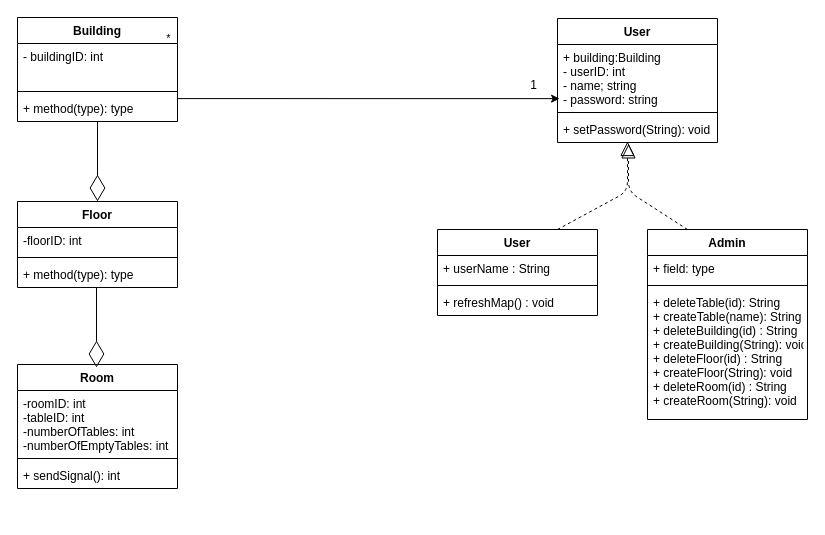
Above: Diagrams/MainClassDiagram.drawio in AhmedStark/space-bubble (draw.io), before the change. Source tidied: cells renumbered, new cells numbered last; positions are measured from the earlier drawing's top-left corner, leaving out a move shared by most shapes. Both pictures are drawn from the tidied source at 100%, with x=0, y=0 at pixel (17, 17).
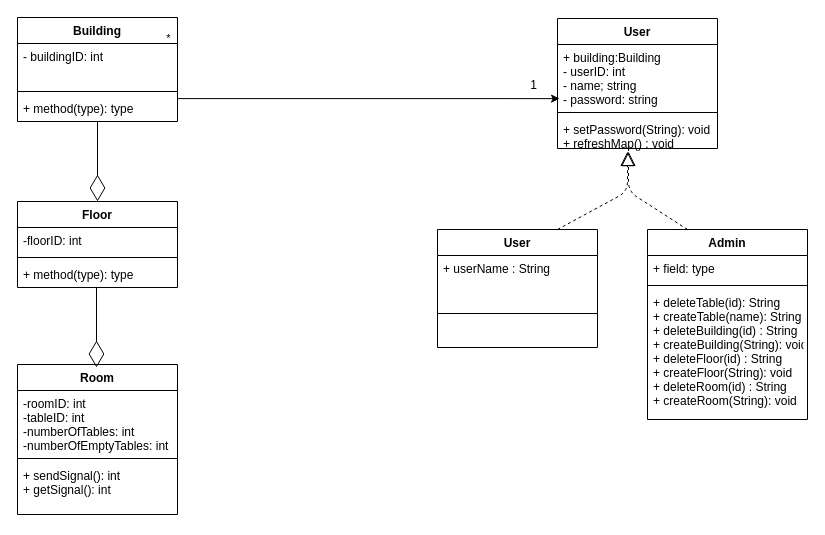
Above is the later version.

The change refers to these unchanged cells:
```xml
<mxCell id="20" value="Admin&#10;" style="swimlane;fontStyle=1;align=center;verticalAlign=top;horizontal=1;startSize=26;labelBackgroundColor=none;" parent="1" vertex="1">
  <mxGeometry x="630" y="212" width="160" height="190" as="geometry" />
</mxCell>
```

Change to the diagram source:
```diff
@@
     <mxCell id="6" value="Room&#10;&#10;" style="swimlane;fontStyle=1;align=center;verticalAlign=top;horizontal=1;startSize=26;labelBackgroundColor=none;" parent="1" vertex="1">
-      <mxGeometry y="347" width="160" height="124" as="geometry" />
+      <mxGeometry y="347" width="160" height="150" as="geometry" />
     </mxCell>
@@
-    <mxCell id="9" value="+ sendSignal(): int" style="text;strokeColor=none;fillColor=none;align=left;verticalAlign=top;spacingLeft=4;spacingRight=4;overflow=hidden;labelBackgroundColor=none;" parent="6" vertex="1">
-      <mxGeometry y="98" width="160" height="26" as="geometry" />
+    <mxCell id="9" value="+ sendSignal(): int&#10;+ getSignal(): int&#10;&#10;" style="text;strokeColor=none;fillColor=none;align=left;verticalAlign=top;spacingLeft=4;spacingRight=4;overflow=hidden;labelBackgroundColor=none;" parent="6" vertex="1">
+      <mxGeometry y="98" width="160" height="52" as="geometry" />
     </mxCell>
@@
     <mxCell id="16" value="User&#10;&#10;" style="swimlane;fontStyle=1;align=center;verticalAlign=top;horizontal=1;startSize=26;labelBackgroundColor=none;" parent="1" vertex="1">
-      <mxGeometry x="540" y="1" width="160" height="124" as="geometry" />
+      <mxGeometry x="540" y="1" width="160" height="130" as="geometry" />
     </mxCell>
@@
-    <mxCell id="19" value="+ setPassword(String): void" style="text;strokeColor=none;fillColor=none;align=left;verticalAlign=top;spacingLeft=4;spacingRight=4;overflow=hidden;points=[[0,0.5],[1,0.5]];portConstraint=eastwest;labelBackgroundColor=none;" parent="16" vertex="1">
-      <mxGeometry y="98" width="160" height="26" as="geometry" />
+    <mxCell id="19" value="+ setPassword(String): void&#10;+ refreshMap() : void&#10;&#10;" style="text;strokeColor=none;fillColor=none;align=left;verticalAlign=top;spacingLeft=4;spacingRight=4;overflow=hidden;points=[[0,0.5],[1,0.5]];portConstraint=eastwest;labelBackgroundColor=none;" parent="16" vertex="1">
+      <mxGeometry y="98" width="160" height="32" as="geometry" />
     </mxCell>
@@
     <mxCell id="24" value="User&#10;&#10;" style="swimlane;fontStyle=1;align=center;verticalAlign=top;horizontal=1;startSize=26;labelBackgroundColor=none;" parent="1" vertex="1">
-      <mxGeometry x="420" y="212" width="160" height="86" as="geometry" />
+      <mxGeometry x="420" y="212" width="160" height="118" as="geometry" />
     </mxCell>
     <mxCell id="25" value="+ userName : String" style="text;strokeColor=none;fillColor=none;align=left;verticalAlign=top;spacingLeft=4;spacingRight=4;overflow=hidden;labelBackgroundColor=none;" parent="24" vertex="1">
-      <mxGeometry y="26" width="160" height="26" as="geometry" />
+      <mxGeometry y="26" width="160" height="24" as="geometry" />
     </mxCell>
     <mxCell id="26" style="line;strokeWidth=1;fillColor=none;align=left;verticalAlign=middle;spacingTop=-1;spacingLeft=3;spacingRight=3;labelPosition=right;labelBackgroundColor=none;" parent="24" vertex="1">
-      <mxGeometry y="52" width="160" height="8" as="geometry" />
+      <mxGeometry y="50" width="160" height="68" as="geometry" />
     </mxCell>
-    <mxCell id="27" value="+ refreshMap() : void&#10;" style="text;strokeColor=none;fillColor=none;align=left;verticalAlign=top;spacingLeft=4;spacingRight=4;overflow=hidden;labelBackgroundColor=none;" parent="24" vertex="1">
-      <mxGeometry y="60" width="160" height="26" as="geometry" />
-    </mxCell>
     <mxCell id="28" style="endArrow=block;dashed=1;endFill=0;endSize=12;html=1;exitX=0.75;exitY=0;exitDx=0;exitDy=0;labelBackgroundColor=none;" parent="1" edge="1" source="24">
       <mxGeometry relative="1" as="geometry">
-        <mxPoint x="610" y="124" as="targetPoint" />
+        <mxPoint x="610" y="134" as="targetPoint" />
         <Array as="points">
           <mxPoint x="610" y="174" />
         </Array>
       </mxGeometry>
     </mxCell>
-    <mxCell id="29" style="endArrow=block;dashed=1;endFill=0;endSize=12;html=1;exitX=0.25;exitY=0;exitDx=0;exitDy=0;entryX=0.444;entryY=1.054;entryDx=0;entryDy=0;entryPerimeter=0;labelBackgroundColor=none;" parent="1" edge="1" source="20" target="19">
+    <mxCell id="29" style="endArrow=block;dashed=1;endFill=0;endSize=12;html=1;exitX=0.25;exitY=0;exitDx=0;exitDy=0;labelBackgroundColor=none;" parent="1" edge="1" source="20">
       <mxGeometry relative="1" as="geometry">
+        <mxPoint x="611" y="134" as="targetPoint" />
         <Array as="points">
           <mxPoint x="611" y="174" />
         </Array>
       </mxGeometry>
     </mxCell>
```
